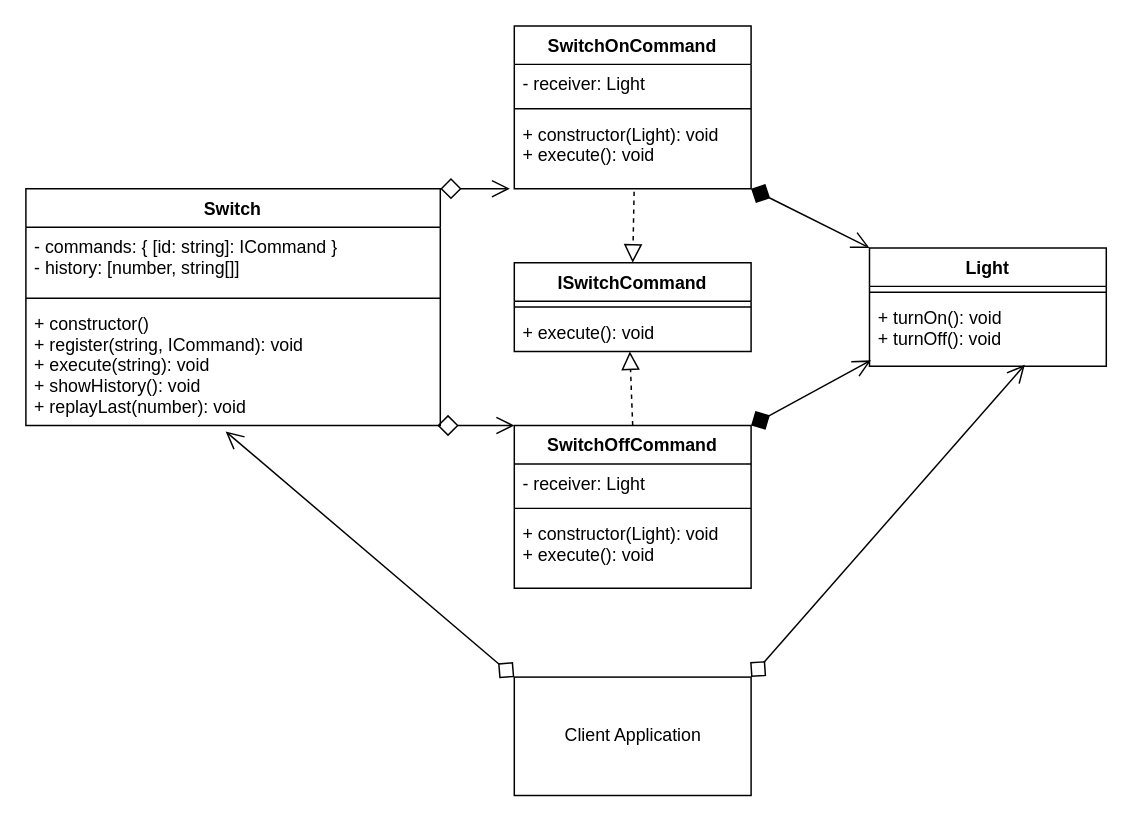
Earlier version of the draw.io diagram Behavioral/Command/command.drawio (Kazantip94/Patern). Source tidied: cells renumbered, new cells numbered last; positions are measured from the earlier drawing's top-left corner, leaving out a move shared by most shapes. Both pictures are drawn from the tidied source at 148%, with x=0, y=0 at pixel (25, 25).
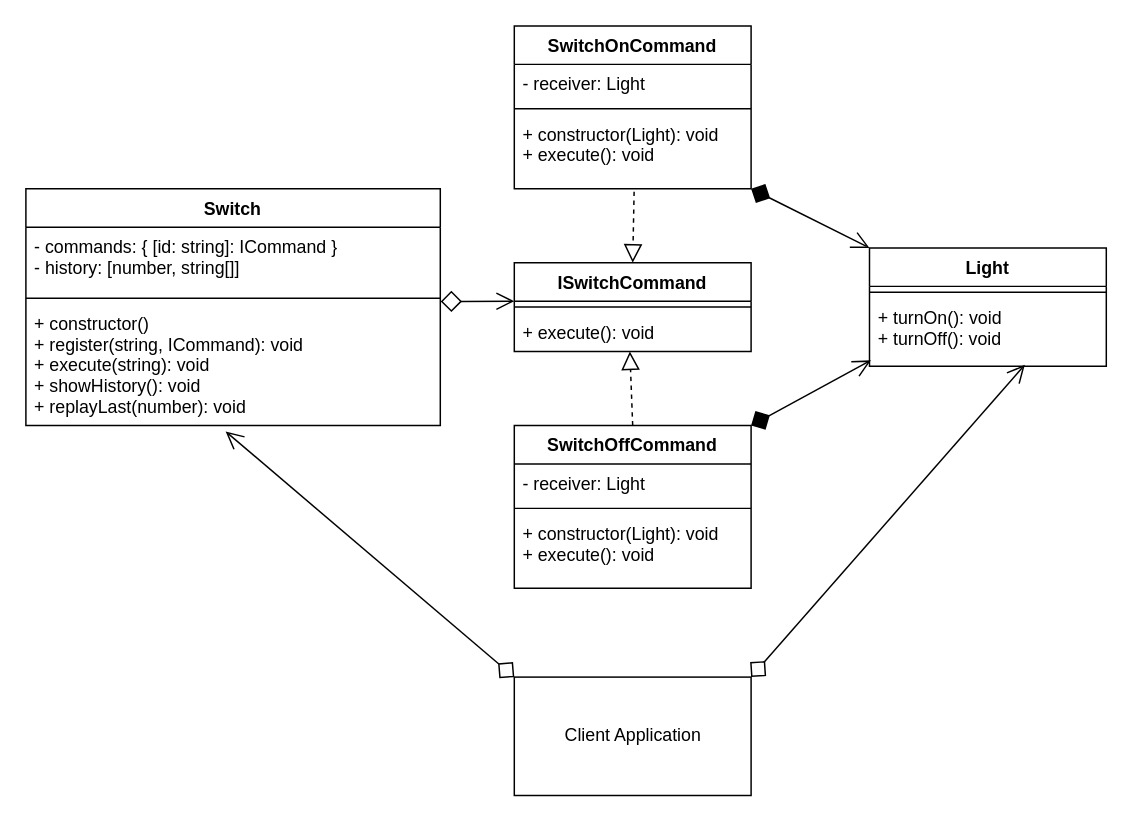
After the change.

Commit message:
fix command patern

Unchanged cells that the change refers to:
```xml
<mxCell id="2" value="Switch" style="swimlane;fontStyle=1;align=center;verticalAlign=top;horizontal=1;startSize=26;strokeWidth=1;" parent="1" vertex="1">
  <mxGeometry y="110" width="280" height="160" as="geometry" />
</mxCell>
<mxCell id="5" value="+ constructor()&#10;+ register(string, ICommand): void&#10;+ execute(string): void&#10;+ showHistory(): void&#10;+ replayLast(number): void" style="text;strokeColor=none;fillColor=none;align=left;verticalAlign=top;spacingLeft=4;spacingRight=4;overflow=hidden;points=[[0,0.5],[1,0.5]];portConstraint=eastwest;" parent="2" vertex="1">
  <mxGeometry y="78" width="280" height="82" as="geometry" />
</mxCell>
<mxCell id="13" value="SwitchOffCommand" style="swimlane;fontStyle=1;align=center;verticalAlign=top;horizontal=1;startSize=26;strokeWidth=1;" parent="1" vertex="1">
  <mxGeometry x="330" y="270" width="160" height="110" as="geometry" />
</mxCell>
```

Diff of the diagram source:
```diff
@@
-    <mxCell id="21" style="html=1;verticalAlign=bottom;startArrow=diamond;startFill=0;endArrow=open;startSize=12;endSize=10;entryX=0;entryY=0;entryDx=0;entryDy=0;" parent="1" edge="1" target="13">
+    <mxCell id="21" style="html=1;verticalAlign=bottom;startArrow=diamond;startFill=0;endArrow=open;startSize=12;endSize=10;exitX=1.001;exitY=-0.022;exitDx=0;exitDy=0;exitPerimeter=0;" parent="1" edge="1" source="5">
       <mxGeometry relative="1" as="geometry">
-        <mxPoint x="278" y="270" as="sourcePoint" />
+        <mxPoint x="330" y="186" as="targetPoint" />
       </mxGeometry>
     </mxCell>
-    <mxCell id="22" style="html=1;verticalAlign=bottom;startArrow=diamond;startFill=0;endArrow=open;startSize=12;endSize=10;exitX=1;exitY=0;exitDx=0;exitDy=0;" parent="1" edge="1" source="2">
-      <mxGeometry relative="1" as="geometry">
-        <mxPoint x="327" y="110" as="targetPoint" />
-      </mxGeometry>
-    </mxCell>
```
